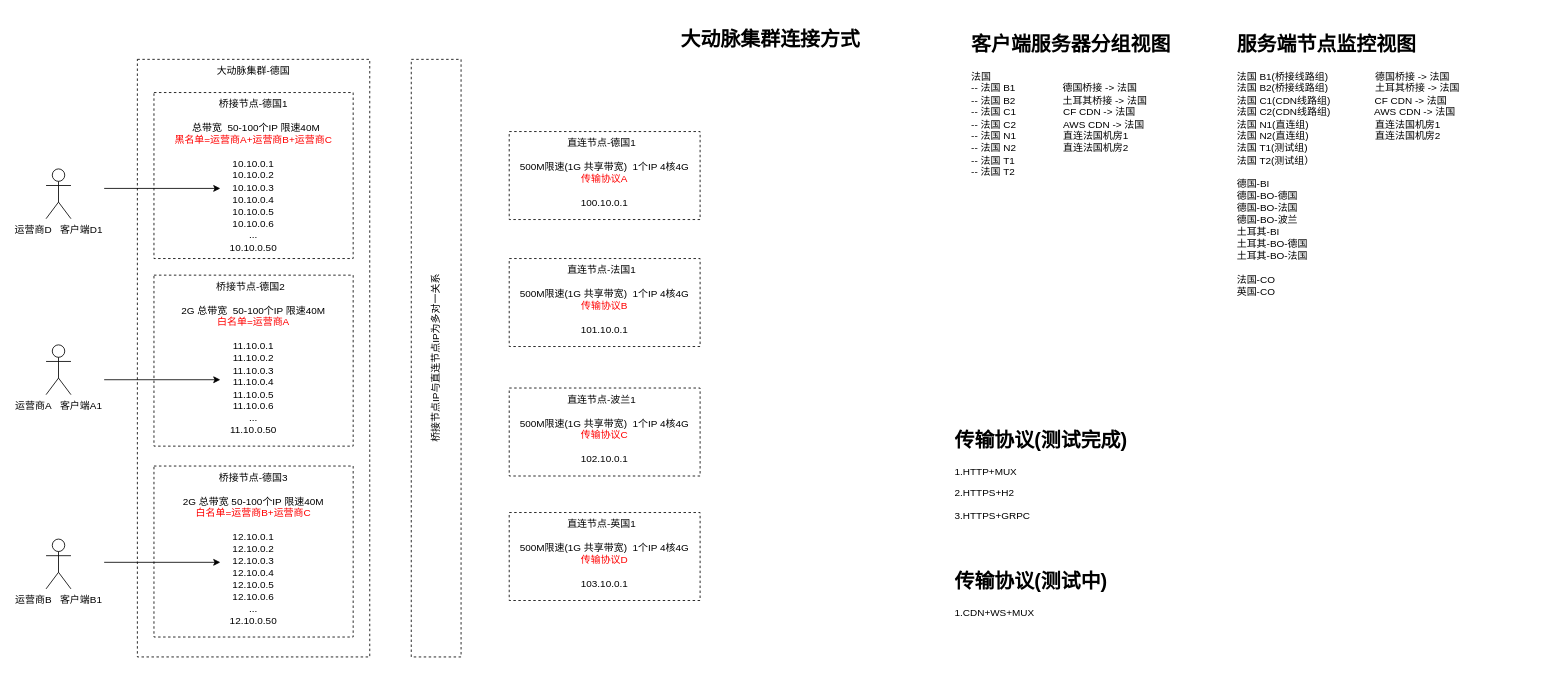
Above: JUMPJUMP规划.drawio in stardicky/drawio (draw.io), before the change. Source tidied: cells renumbered, new cells numbered last; positions are measured from the earlier drawing's top-left corner, leaving out a move shared by most shapes. Both pictures are drawn from the tidied source at 83%, with x=0, y=0 at pixel (46, 22).
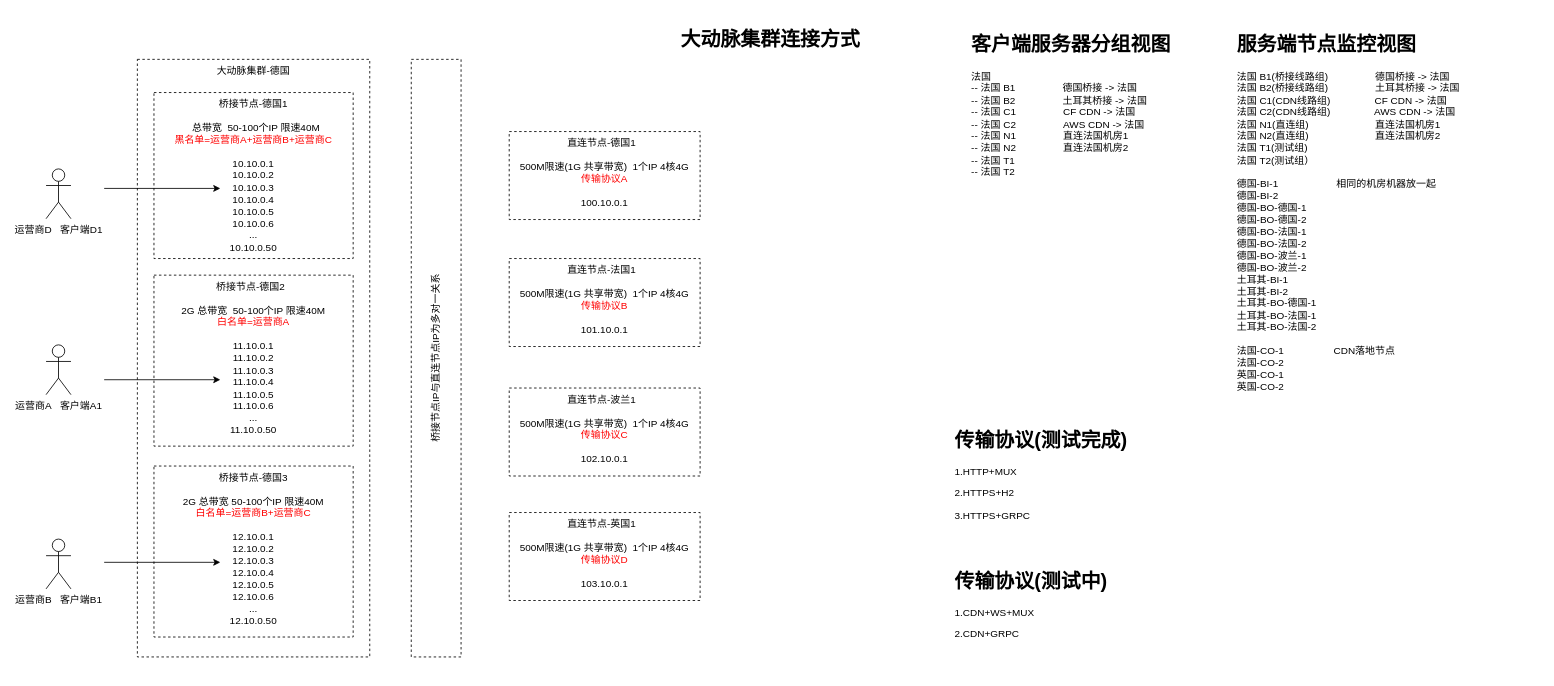
The same page after the edit.

What changed in the source:
```diff
@@
-    <mxCell id="18" value="&lt;h1&gt;传输协议(测试中)&lt;/h1&gt;&lt;p&gt;1.CDN+WS+MUX&lt;br&gt;&lt;/p&gt;" style="text;html=1;strokeColor=none;fillColor=none;spacing=5;spacingTop=-20;whiteSpace=wrap;overflow=hidden;rounded=0;" parent="1" vertex="1">
+    <mxCell id="18" value="&lt;h1&gt;传输协议(测试中)&lt;/h1&gt;&lt;p&gt;1.CDN+WS+MUX&lt;br&gt;&lt;/p&gt;&lt;p&gt;2.CDN+GRPC&lt;/p&gt;" style="text;html=1;strokeColor=none;fillColor=none;spacing=5;spacingTop=-20;whiteSpace=wrap;overflow=hidden;rounded=0;" parent="1" vertex="1">
       <mxGeometry x="1090" y="653" width="220" height="130" as="geometry" />
     </mxCell>
@@
-    <mxCell id="21" value="&lt;h1&gt;服务端节点监控视图&lt;/h1&gt;&lt;div&gt;法国 B1(桥接线路组)&amp;nbsp;&lt;span style=&quot;&quot;&gt;&lt;span style=&quot;&quot;&gt;&amp;nbsp;&amp;nbsp;&amp;nbsp;&amp;nbsp;&lt;/span&gt;&lt;/span&gt;&lt;span style=&quot;&quot;&gt;&lt;span style=&quot;&quot;&gt;&amp;nbsp;&amp;nbsp;&amp;nbsp;&amp;nbsp;&lt;/span&gt;&lt;/span&gt;&lt;span style=&quot;&quot;&gt;&lt;span style=&quot;&quot;&gt;&amp;nbsp;&amp;nbsp;&amp;nbsp;&amp;nbsp;&lt;/span&gt;&lt;/span&gt;&lt;span style=&quot;&quot;&gt;&lt;span style=&quot;&quot;&gt;&amp;nbsp;&amp;nbsp;&amp;nbsp;&amp;nbsp;&lt;/span&gt;&lt;/span&gt;德国桥接 -&amp;gt; 法国&lt;span style=&quot;&quot;&gt;&lt;span style=&quot;&quot;&gt;&amp;nbsp;&amp;nbsp;&amp;nbsp;&amp;nbsp;&lt;/span&gt;&lt;/span&gt;&lt;span style=&quot;&quot;&gt;&lt;span style=&quot;&quot;&gt;&amp;nbsp; &amp;nbsp; &amp;nbsp; &amp;nbsp;&amp;nbsp;&lt;/span&gt;&lt;/span&gt;&lt;/div&gt;&lt;div&gt;法国 B2(桥接线路组)&amp;nbsp; &amp;nbsp; &amp;nbsp; &amp;nbsp; &amp;nbsp; &amp;nbsp; &amp;nbsp; &amp;nbsp; &amp;nbsp;&lt;span style=&quot;background-color: initial; border-color: var(--border-color);&quot;&gt;土耳其&lt;/span&gt;&lt;span style=&quot;background-color: initial;&quot;&gt;桥接 -&amp;gt; 法国&lt;/span&gt;&lt;/div&gt;&lt;div&gt;法国 C1(CDN线路组)&amp;nbsp; &amp;nbsp; &amp;nbsp; &amp;nbsp; &amp;nbsp; &amp;nbsp; &amp;nbsp; &amp;nbsp; CF CDN -&amp;gt; 法国&lt;/div&gt;&lt;div&gt;法国 C2(CDN线路组)&amp;nbsp; &amp;nbsp; &amp;nbsp; &amp;nbsp; &amp;nbsp; &amp;nbsp; &amp;nbsp; &amp;nbsp; AWS CDN -&amp;gt; 法国&lt;br&gt;&lt;/div&gt;&lt;div&gt;法国 N1(直连组)&amp;nbsp; &amp;nbsp; &amp;nbsp; &amp;nbsp; &amp;nbsp; &amp;nbsp; &amp;nbsp; &amp;nbsp; &amp;nbsp; &amp;nbsp; &amp;nbsp; &amp;nbsp; 直连法国机房1&lt;/div&gt;&lt;div&gt;法国 N2(直连组)&lt;span style=&quot;background-color: initial;&quot;&gt;&amp;nbsp; &amp;nbsp; &amp;nbsp; &amp;nbsp; &amp;nbsp; &amp;nbsp; &amp;nbsp; &amp;nbsp; &amp;nbsp; &amp;nbsp; &amp;nbsp; &amp;nbsp; 直连法国机房2&lt;/span&gt;&lt;/div&gt;&lt;div&gt;法国 T1(测试组)&lt;span style=&quot;background-color: initial;&quot;&gt;&amp;nbsp; &amp;nbsp; &amp;nbsp;&lt;/span&gt;&lt;/div&gt;&lt;div&gt;法国 T2(测试组）&amp;nbsp; &amp;nbsp; &amp;nbsp; &amp;nbsp; &amp;nbsp;&amp;nbsp;&lt;span style=&quot;background-color: initial;&quot;&gt;&lt;br&gt;&lt;/span&gt;&lt;/div&gt;&lt;div&gt;&lt;br&gt;&lt;/div&gt;&lt;div&gt;德国-BI&lt;/div&gt;&lt;div&gt;德国-BO-德国&lt;/div&gt;&lt;div&gt;&lt;span style=&quot;background-color: initial;&quot;&gt;德国-BO-法国&lt;/span&gt;&lt;/div&gt;&lt;div&gt;德国-BO-波兰&lt;span style=&quot;background-color: initial;&quot;&gt;&lt;br&gt;&lt;/span&gt;&lt;/div&gt;&lt;div&gt;土耳其-BI&lt;span style=&quot;background-color: initial;&quot;&gt;&lt;br&gt;&lt;/span&gt;&lt;/div&gt;&lt;div&gt;土耳其-BO-德国&lt;/div&gt;&lt;div&gt;&lt;span style=&quot;background-color: initial;&quot;&gt;土耳其-BO-法国&lt;/span&gt;&lt;/div&gt;&lt;div&gt;&lt;br&gt;&lt;/div&gt;&lt;div&gt;法国-CO&lt;br&gt;&lt;/div&gt;&lt;div&gt;英国-CO&lt;br&gt;&lt;/div&gt;" style="text;html=1;strokeColor=none;fillColor=none;spacing=5;spacingTop=-20;whiteSpace=wrap;overflow=hidden;rounded=0;" parent="1" vertex="1">
-      <mxGeometry x="1430" y="7" width="370" height="323" as="geometry" />
+    <mxCell id="21" value="&lt;h1&gt;服务端节点监控视图&lt;/h1&gt;&lt;div&gt;法国 B1(桥接线路组)&amp;nbsp;&lt;span style=&quot;&quot;&gt;&lt;span style=&quot;&quot;&gt;&amp;nbsp;&amp;nbsp;&amp;nbsp;&amp;nbsp;&lt;/span&gt;&lt;/span&gt;&lt;span style=&quot;&quot;&gt;&lt;span style=&quot;&quot;&gt;&amp;nbsp;&amp;nbsp;&amp;nbsp;&amp;nbsp;&lt;/span&gt;&lt;/span&gt;&lt;span style=&quot;&quot;&gt;&lt;span style=&quot;&quot;&gt;&amp;nbsp;&amp;nbsp;&amp;nbsp;&amp;nbsp;&lt;/span&gt;&lt;/span&gt;&lt;span style=&quot;&quot;&gt;&lt;span style=&quot;&quot;&gt;&amp;nbsp;&amp;nbsp;&amp;nbsp;&amp;nbsp;&lt;/span&gt;&lt;/span&gt;德国桥接 -&amp;gt; 法国&lt;span style=&quot;&quot;&gt;&lt;span style=&quot;&quot;&gt;&amp;nbsp;&amp;nbsp;&amp;nbsp;&amp;nbsp;&lt;/span&gt;&lt;/span&gt;&lt;span style=&quot;&quot;&gt;&lt;span style=&quot;&quot;&gt;&amp;nbsp; &amp;nbsp; &amp;nbsp; &amp;nbsp;&amp;nbsp;&lt;/span&gt;&lt;/span&gt;&lt;/div&gt;&lt;div&gt;法国 B2(桥接线路组)&amp;nbsp; &amp;nbsp; &amp;nbsp; &amp;nbsp; &amp;nbsp; &amp;nbsp; &amp;nbsp; &amp;nbsp; &amp;nbsp;&lt;span style=&quot;background-color: initial; border-color: var(--border-color);&quot;&gt;土耳其&lt;/span&gt;&lt;span style=&quot;background-color: initial;&quot;&gt;桥接 -&amp;gt; 法国&lt;/span&gt;&lt;/div&gt;&lt;div&gt;法国 C1(CDN线路组)&amp;nbsp; &amp;nbsp; &amp;nbsp; &amp;nbsp; &amp;nbsp; &amp;nbsp; &amp;nbsp; &amp;nbsp; CF CDN -&amp;gt; 法国&lt;/div&gt;&lt;div&gt;法国 C2(CDN线路组)&amp;nbsp; &amp;nbsp; &amp;nbsp; &amp;nbsp; &amp;nbsp; &amp;nbsp; &amp;nbsp; &amp;nbsp; AWS CDN -&amp;gt; 法国&lt;br&gt;&lt;/div&gt;&lt;div&gt;法国 N1(直连组)&amp;nbsp; &amp;nbsp; &amp;nbsp; &amp;nbsp; &amp;nbsp; &amp;nbsp; &amp;nbsp; &amp;nbsp; &amp;nbsp; &amp;nbsp; &amp;nbsp; &amp;nbsp; 直连法国机房1&lt;/div&gt;&lt;div&gt;法国 N2(直连组)&lt;span style=&quot;background-color: initial;&quot;&gt;&amp;nbsp; &amp;nbsp; &amp;nbsp; &amp;nbsp; &amp;nbsp; &amp;nbsp; &amp;nbsp; &amp;nbsp; &amp;nbsp; &amp;nbsp; &amp;nbsp; &amp;nbsp; 直连法国机房2&lt;/span&gt;&lt;/div&gt;&lt;div&gt;法国 T1(测试组)&lt;span style=&quot;background-color: initial;&quot;&gt;&amp;nbsp; &amp;nbsp; &amp;nbsp;&lt;/span&gt;&lt;/div&gt;&lt;div&gt;法国 T2(测试组）&amp;nbsp; &amp;nbsp; &amp;nbsp; &amp;nbsp; &amp;nbsp;&amp;nbsp;&lt;span style=&quot;background-color: initial;&quot;&gt;&lt;br&gt;&lt;/span&gt;&lt;/div&gt;&lt;div&gt;&lt;br&gt;&lt;/div&gt;&lt;div&gt;德国-BI-1&lt;span style=&quot;&quot;&gt;&lt;span style=&quot;&quot;&gt;&amp;nbsp;&amp;nbsp;&amp;nbsp;&amp;nbsp;&lt;/span&gt;&lt;/span&gt;&lt;span style=&quot;&quot;&gt;&lt;span style=&quot;&quot;&gt;&amp;nbsp;&amp;nbsp;&amp;nbsp;&amp;nbsp;&lt;/span&gt;&lt;/span&gt;&lt;span style=&quot;&quot;&gt;&lt;span style=&quot;&quot;&gt;&amp;nbsp;&amp;nbsp;&amp;nbsp;&amp;nbsp;&lt;/span&gt;&lt;/span&gt;&lt;span style=&quot;&quot;&gt;&lt;span style=&quot;&quot;&gt;&amp;nbsp;&amp;nbsp;&amp;nbsp;&amp;nbsp;&lt;/span&gt;&lt;/span&gt;&lt;span style=&quot;&quot;&gt;&lt;span style=&quot;&quot;&gt;&amp;nbsp;&amp;nbsp;&amp;nbsp;&amp;nbsp;                &lt;/span&gt;&lt;/span&gt;相同的机房机器放一起&lt;/div&gt;&lt;div&gt;德国-BI-2&lt;br&gt;&lt;/div&gt;&lt;div&gt;德国-BO-德国-1&lt;/div&gt;&lt;div&gt;德国-BO-德国-2&lt;br&gt;&lt;/div&gt;&lt;div&gt;&lt;span style=&quot;background-color: initial;&quot;&gt;德国-BO-法国-1&lt;/span&gt;&lt;/div&gt;&lt;div&gt;&lt;span style=&quot;background-color: initial;&quot;&gt;德国-BO-法国-2&lt;/span&gt;&lt;/div&gt;&lt;div&gt;德国-BO-波兰-1&lt;span style=&quot;background-color: initial;&quot;&gt;&lt;br&gt;&lt;/span&gt;&lt;/div&gt;&lt;div&gt;德国-BO-波兰-2&lt;br&gt;&lt;/div&gt;&lt;div&gt;土耳其-BI-1&lt;span style=&quot;background-color: initial;&quot;&gt;&lt;br&gt;&lt;/span&gt;&lt;/div&gt;&lt;div&gt;土耳其-BI-2&lt;br&gt;&lt;/div&gt;&lt;div&gt;土耳其-BO-德国-1&lt;/div&gt;&lt;div&gt;&lt;span style=&quot;background-color: initial;&quot;&gt;土耳其-BO-法国-1&lt;/span&gt;&lt;/div&gt;&lt;div&gt;&lt;span style=&quot;background-color: initial;&quot;&gt;土耳其-BO-法国-2&lt;/span&gt;&lt;/div&gt;&lt;div&gt;&lt;br&gt;&lt;/div&gt;&lt;div&gt;法国-CO-1&amp;nbsp; &amp;nbsp; &amp;nbsp; &amp;nbsp; &amp;nbsp; &amp;nbsp; &amp;nbsp; &amp;nbsp; &amp;nbsp; CDN落地节点&lt;br&gt;&lt;/div&gt;&lt;div&gt;法国-CO-2&lt;br&gt;&lt;/div&gt;&lt;div&gt;英国-CO-1&lt;/div&gt;&lt;div&gt;&lt;span style=&quot;background-color: initial;&quot;&gt;英国-CO-2&lt;/span&gt;&lt;/div&gt;" style="text;html=1;strokeColor=none;fillColor=none;spacing=5;spacingTop=-20;whiteSpace=wrap;overflow=hidden;rounded=0;" parent="1" vertex="1">
+      <mxGeometry x="1430" y="7" width="370" height="453" as="geometry" />
     </mxCell>
```
